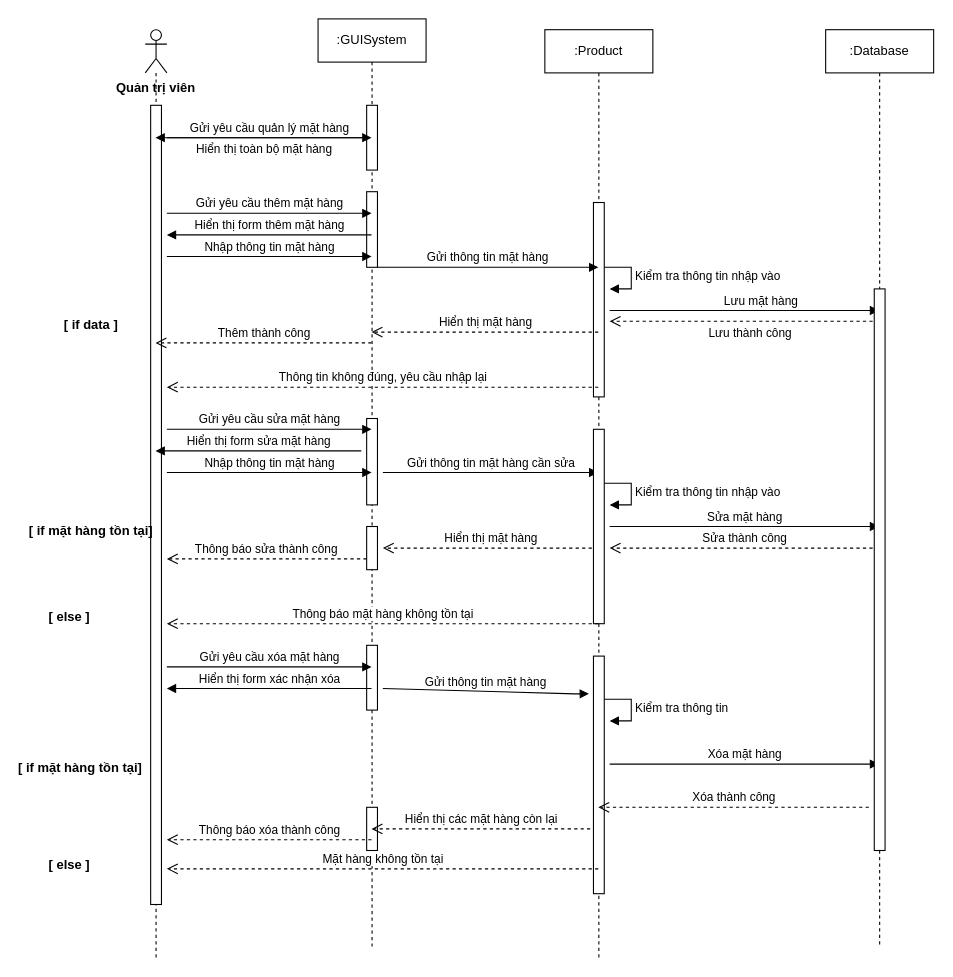
Above: ChucNangQuanLyMatHang.drawio in nguyentruongson1235/pttkhdt2020 (draw.io), before the change. Source tidied: cells renumbered, new cells numbered last; positions are measured from the earlier drawing's top-left corner, leaving out a move shared by most shapes. Both pictures are drawn from the tidied source at 108%, with x=0, y=0 at pixel (26, 18).
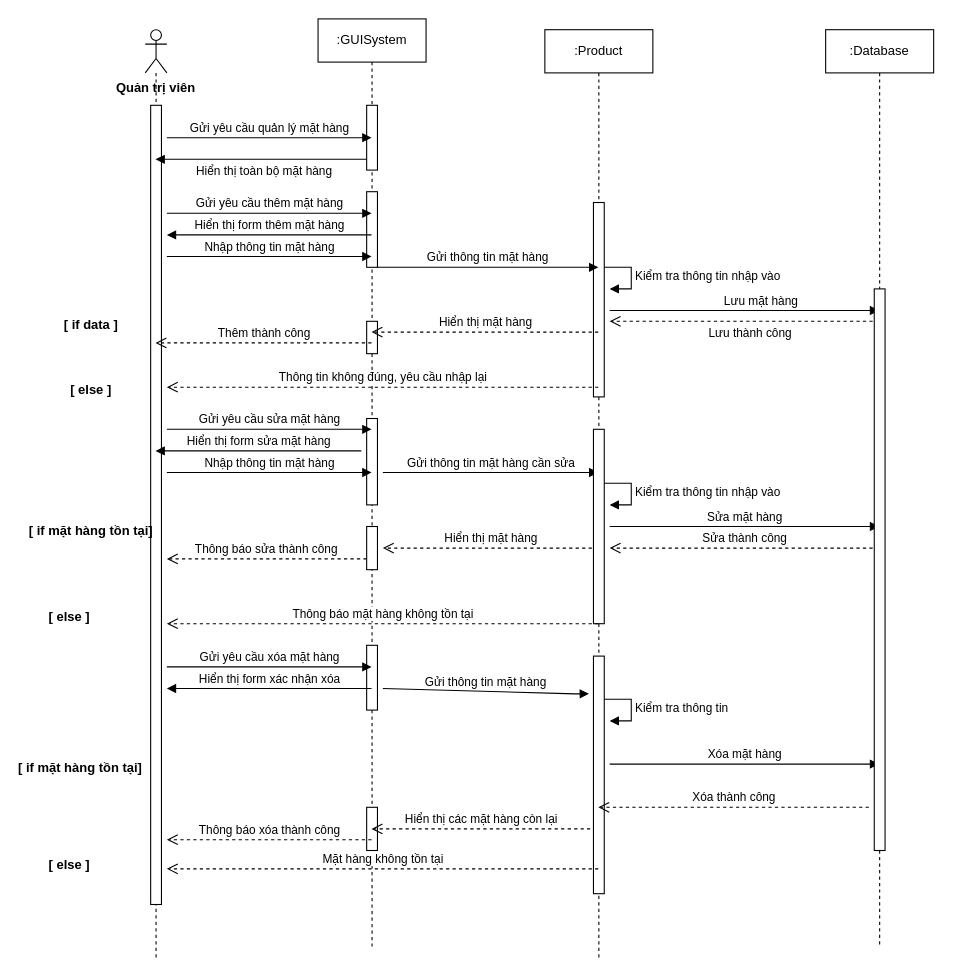
Above is the later version.

Unchanged cells that the change refers to:
```xml
<mxCell id="2" style="shape=umlLifeline;participant=umlActor;perimeter=lifelinePerimeter;whiteSpace=wrap;html=1;verticalAlign=top;spacingTop=36;outlineConnect=0;" parent="1" vertex="1">
  <mxGeometry x="110" y="10" width="20" height="860" as="geometry" />
</mxCell>
<mxCell id="4" value=":GUISystem" style="shape=umlLifeline;perimeter=lifelinePerimeter;whiteSpace=wrap;html=1;outlineConnect=0;" parent="1" vertex="1">
  <mxGeometry x="270" width="100" height="860" as="geometry" />
</mxCell>
<mxCell id="5" style="html=1;points=[];perimeter=orthogonalPerimeter;" parent="4" vertex="1">
  <mxGeometry x="45" y="80" width="10" height="60" as="geometry" />
</mxCell>
```

Change to the diagram source:
```diff
@@
+    <mxCell id="54" style="html=1;perimeter=orthogonalPerimeter;" parent="4" vertex="1">
+      <mxGeometry x="45" y="280" width="10" height="30" as="geometry" />
+    </mxCell>
@@
     <mxCell id="30" value="Hiển thị toàn bộ mặt hàng" style="html=1;verticalAlign=bottom;endArrow=block;" parent="1" edge="1" source="5" target="2">
-      <mxGeometry x="-0.03" y="20" relative="1" as="geometry" />
+      <mxGeometry x="-0.03" y="20" relative="1" as="geometry">
+        <Array as="points">
+          <mxPoint x="290" y="130" />
+        </Array>
+      </mxGeometry>
     </mxCell>
@@
+    <mxCell id="55" value="[ else ]" style="text;align=center;fontStyle=1;verticalAlign=middle;spacingLeft=3;spacingRight=3;strokeColor=none;" parent="1" vertex="1">
+      <mxGeometry x="20" y="330" width="80" height="26" as="geometry" />
+    </mxCell>
```
